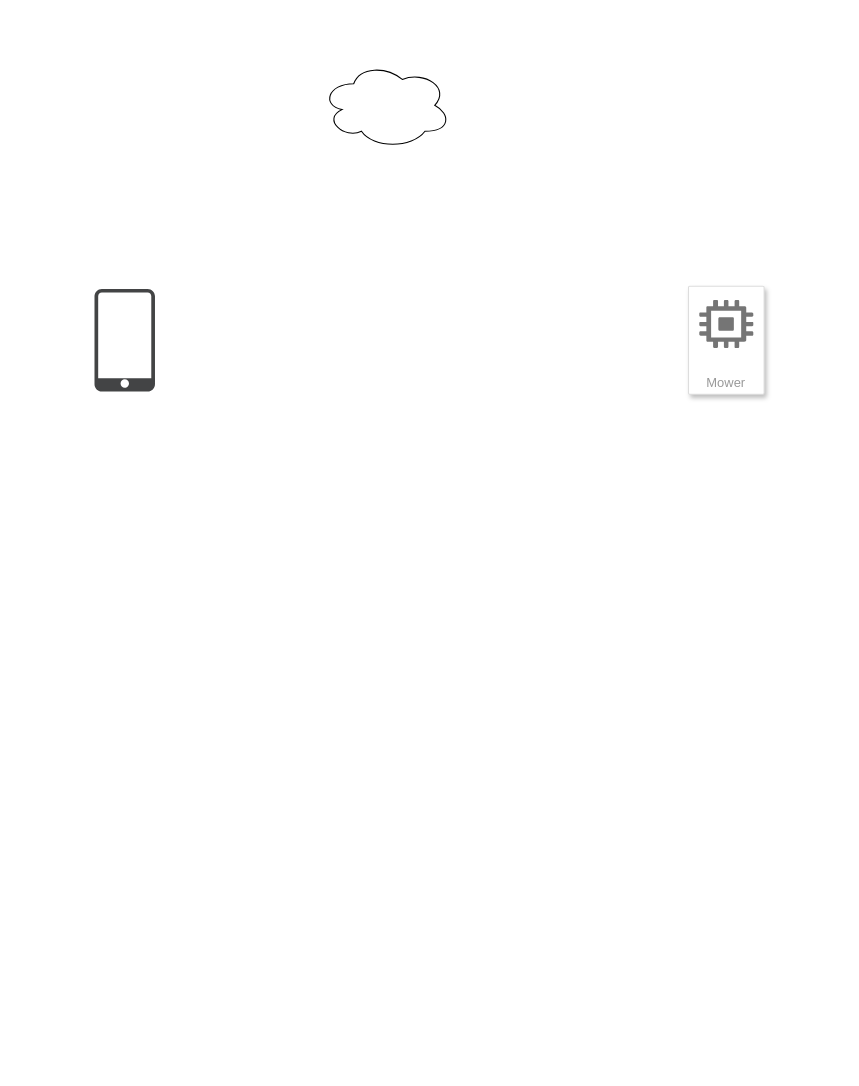
Before: IoT架构-上下文图.drawio in xunzhaoxusanduo/1-drawio, a draw.io diagram. Source tidied: cells renumbered, new cells numbered last; positions are measured from the earlier drawing's top-left corner, leaving out a move shared by most shapes. Both pictures are drawn from the tidied source at 108%, with x=0, y=0 at pixel (94, 62).
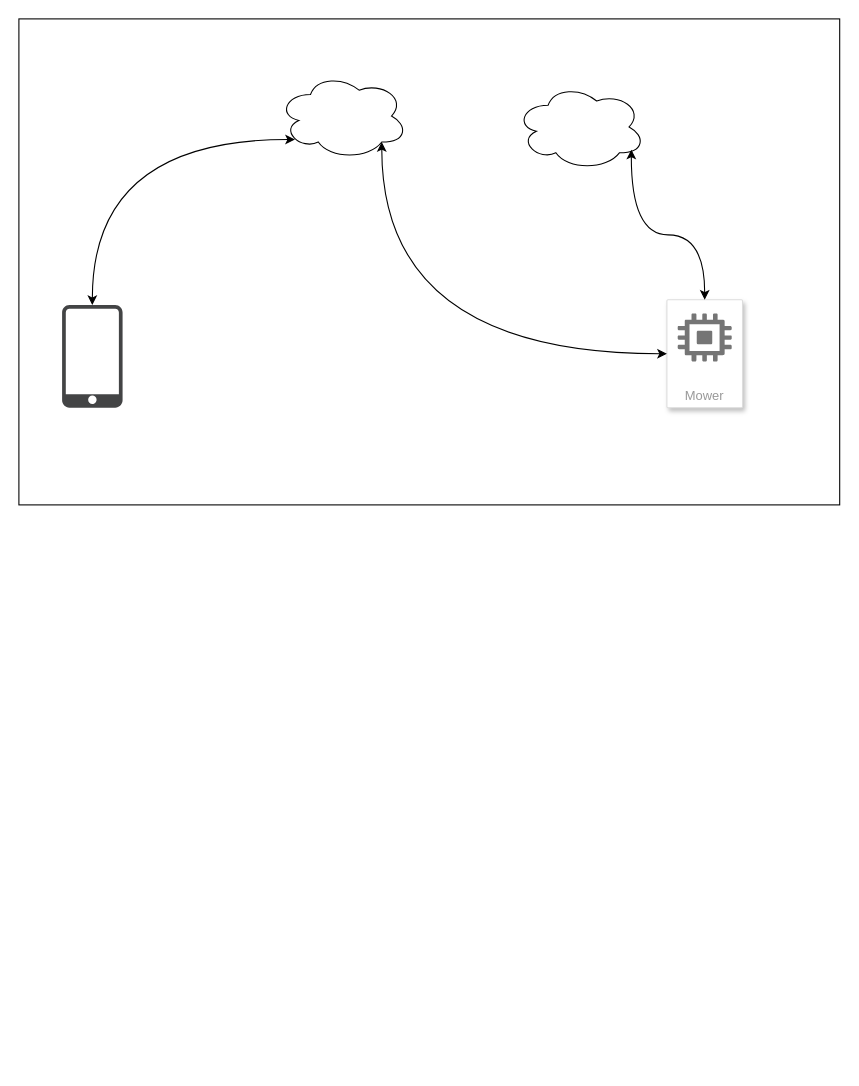
Above is the later version.

Commit message (it also covers changes not shown here):
Update IoT架构-上下文图.drawio

What changed in the source:
```diff
@@
 <mxGraphModel>
   <root>
     <mxCell id="0" />
     <mxCell id="1" parent="0" />
+    <mxCell id="6" style="rounded=0;whiteSpace=wrap;html=1;" parent="1" vertex="1">
+      <mxGeometry x="-70" y="-40" width="760" height="450" as="geometry" />
+    </mxCell>
     <mxCell id="2" value="&lt;div&gt;&lt;br&gt;&lt;/div&gt;&lt;div&gt;&lt;br&gt;&lt;/div&gt;&lt;div&gt;&lt;br&gt;&lt;/div&gt;&lt;div&gt;&lt;br&gt;&lt;/div&gt;&lt;div&gt;&lt;br&gt;&lt;/div&gt;&lt;div&gt;&lt;br&gt;&lt;/div&gt;&lt;div&gt;&lt;br&gt;&lt;/div&gt;&lt;div&gt;&lt;br&gt;&lt;/div&gt;&lt;div&gt;&lt;br&gt;&lt;/div&gt;&lt;div&gt;&lt;br&gt;&lt;/div&gt;&lt;div&gt;&lt;br&gt;&lt;/div&gt;&lt;div&gt;&lt;br&gt;&lt;/div&gt;&lt;div&gt;&lt;br&gt;&lt;/div&gt;&lt;div&gt;&lt;br&gt;&lt;/div&gt;&lt;div&gt;&lt;br&gt;&lt;/div&gt;&lt;div&gt;&lt;br&gt;&lt;/div&gt;&lt;div&gt;&lt;br&gt;&lt;/div&gt;&lt;div&gt;&lt;br&gt;&lt;/div&gt;&lt;div&gt;&lt;br&gt;&lt;/div&gt;&lt;div&gt;&lt;br&gt;&lt;/div&gt;&lt;div&gt;&lt;br&gt;&lt;/div&gt;&lt;div&gt;&lt;br&gt;&lt;/div&gt;&lt;div&gt;&lt;br&gt;&lt;/div&gt;&lt;div&gt;&lt;br&gt;&lt;/div&gt;&lt;div&gt;&lt;br&gt;&lt;/div&gt;&lt;div&gt;&lt;br&gt;&lt;/div&gt;&lt;div&gt;&lt;br&gt;&lt;/div&gt;&lt;div&gt;&lt;br&gt;&lt;/div&gt;&lt;div&gt;&lt;br&gt;&lt;/div&gt;&lt;div&gt;&lt;br&gt;&lt;/div&gt;&lt;div&gt;&lt;br&gt;&lt;/div&gt;&lt;div&gt;&lt;br&gt;&lt;/div&gt;&lt;div&gt;&lt;br&gt;&lt;/div&gt;&lt;div&gt;&lt;br&gt;&lt;/div&gt;&lt;div&gt;&lt;br&gt;&lt;/div&gt;&lt;div&gt;&lt;br&gt;&lt;/div&gt;&lt;div&gt;&lt;br&gt;&lt;/div&gt;&lt;div&gt;&lt;br&gt;&lt;/div&gt;&lt;div&gt;&lt;br&gt;&lt;/div&gt;&lt;div&gt;&lt;br&gt;&lt;/div&gt;&lt;div&gt;&lt;br&gt;&lt;/div&gt;&lt;div&gt;&lt;br&gt;&lt;/div&gt;" style="sketch=0;shadow=0;dashed=0;html=1;strokeColor=none;fillColor=#434445;labelPosition=center;verticalLabelPosition=bottom;verticalAlign=top;align=center;outlineConnect=0;shape=mxgraph.vvd.phone;" parent="1" vertex="1">
-      <mxGeometry y="210" width="56" height="95" as="geometry" />
+      <mxGeometry x="-30" y="225" width="56" height="95" as="geometry" />
     </mxCell>
+    <mxCell id="7" style="edgeStyle=orthogonalEdgeStyle;rounded=0;jettySize=auto;html=1;exitX=0.13;exitY=0.77;exitDx=0;exitDy=0;exitPerimeter=0;curved=1;startArrow=classic;startFill=1;" parent="1" edge="1" source="3" target="2">
+      <mxGeometry relative="1" as="geometry" />
+    </mxCell>
     <mxCell id="3" style="ellipse;shape=cloud;whiteSpace=wrap;html=1;" parent="1" vertex="1">
-      <mxGeometry x="210" width="120" height="80" as="geometry" />
+      <mxGeometry x="170" y="10" width="120" height="80" as="geometry" />
     </mxCell>
     <mxCell id="4" value="Mower" style="strokeColor=#dddddd;shadow=1;strokeWidth=1;rounded=1;absoluteArcSize=1;arcSize=2;labelPosition=center;verticalLabelPosition=middle;align=center;verticalAlign=bottom;spacingLeft=0;fontColor=#999999;fontSize=12;whiteSpace=wrap;spacingBottom=2;html=1;" parent="1" vertex="1">
-      <mxGeometry x="550" y="207.5" width="70" height="100" as="geometry" />
+      <mxGeometry x="530" y="220" width="70" height="100" as="geometry" />
     </mxCell>
     <mxCell id="5" style="sketch=0;dashed=0;html=1;fillColor=#757575;strokeColor=none;shape=mxgraph.gcp2.compute_engine_icon;" parent="4" vertex="1">
       <mxGeometry x="0.5" width="50" height="44.5" relative="1" as="geometry">
         <mxPoint x="-25" y="12.8" as="offset" />
       </mxGeometry>
     </mxCell>
+    <mxCell id="8" style="ellipse;shape=cloud;whiteSpace=wrap;html=1;" parent="1" vertex="1">
+      <mxGeometry x="390" y="20" width="120" height="80" as="geometry" />
+    </mxCell>
+    <mxCell id="9" style="edgeStyle=orthogonalEdgeStyle;rounded=0;jettySize=auto;html=1;exitX=0.5;exitY=0;exitDx=0;exitDy=0;entryX=0.892;entryY=0.763;entryDx=0;entryDy=0;entryPerimeter=0;curved=1;startArrow=classic;startFill=1;" parent="1" edge="1" source="4" target="8">
+      <mxGeometry relative="1" as="geometry" />
+    </mxCell>
+    <mxCell id="10" style="edgeStyle=orthogonalEdgeStyle;rounded=0;jettySize=auto;html=1;exitX=0;exitY=0.5;exitDx=0;exitDy=0;entryX=0.8;entryY=0.8;entryDx=0;entryDy=0;entryPerimeter=0;curved=1;startArrow=classic;startFill=1;" parent="1" edge="1" source="4" target="3">
+      <mxGeometry relative="1" as="geometry" />
+    </mxCell>
   </root>
 </mxGraphModel>
```
